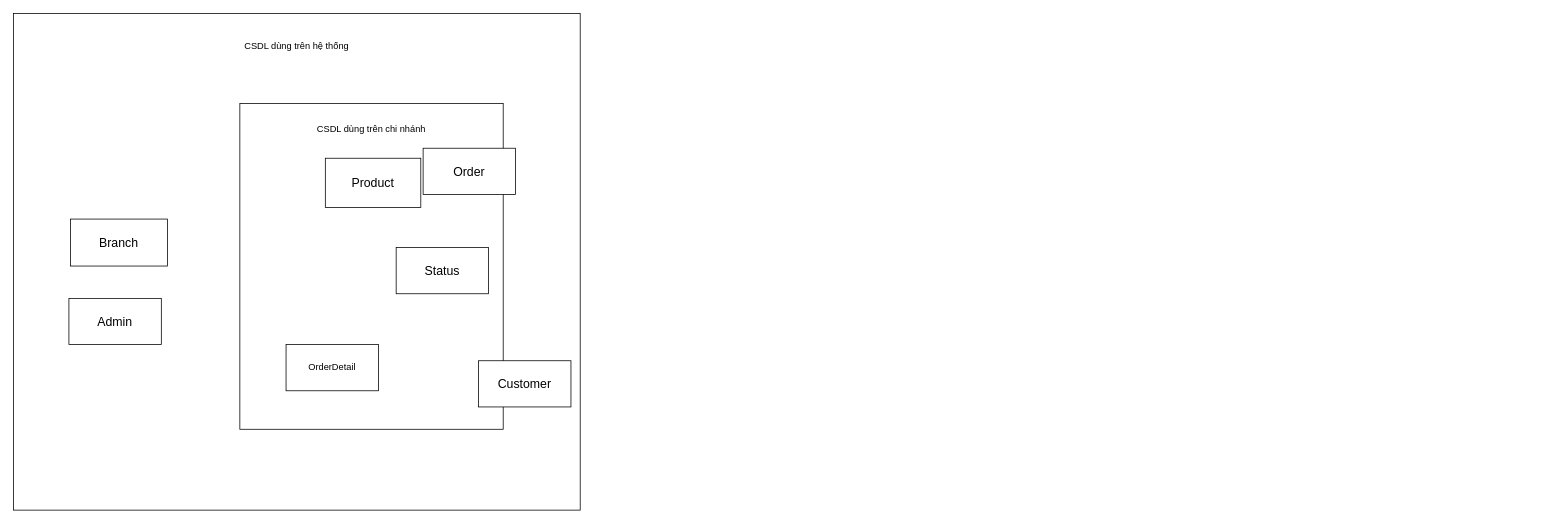
The draw.io diagram BTL Phát triển ứng dụng phân tán.drawio in huybach2509/test2, before the edit. Source tidied: cells renumbered, new cells numbered last; positions are measured from the earlier drawing's top-left corner, leaving out a move shared by most shapes. Both pictures are drawn from the tidied source at 77%, with x=0, y=0 at pixel (13, 13).
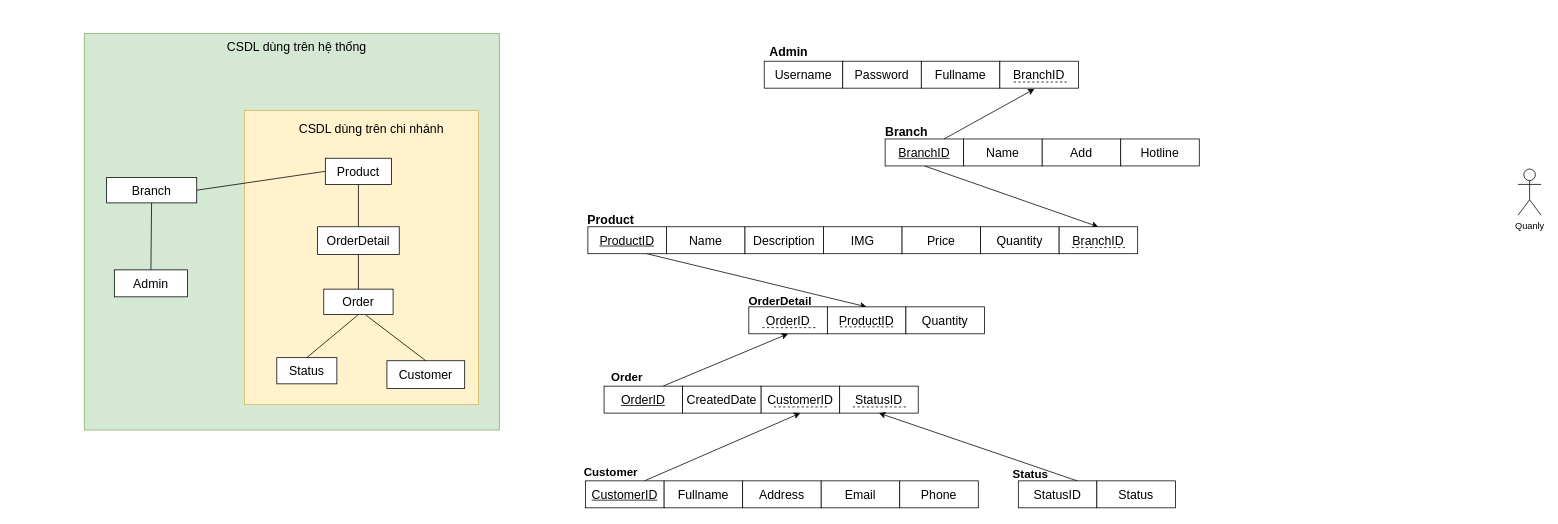
The same diagram, later.

Change to the diagram source:
```diff
@@
-    <mxCell id="2" style="rounded=0;whiteSpace=wrap;html=1;" parent="1" vertex="1">
-      <mxGeometry width="736" height="645" as="geometry" />
+    <mxCell id="2" style="rounded=0;whiteSpace=wrap;html=1;fillColor=#d5e8d4;strokeColor=#82b366;" parent="1" vertex="1">
+      <mxGeometry x="92" y="26" width="539" height="515" as="geometry" />
     </mxCell>
-    <mxCell id="3" value="CSDL dùng trên hệ thống" style="text;html=1;strokeColor=none;fillColor=none;align=center;verticalAlign=middle;whiteSpace=wrap;rounded=0;" parent="1" vertex="1">
+    <mxCell id="3" value="&lt;font style=&quot;font-size: 16px;&quot;&gt;CSDL dùng trên hệ thống&lt;/font&gt;" style="text;html=1;strokeColor=none;fillColor=none;align=center;verticalAlign=middle;whiteSpace=wrap;rounded=0;" parent="1" vertex="1">
       <mxGeometry x="229" y="28" width="278" height="30" as="geometry" />
     </mxCell>
-    <mxCell id="4" style="rounded=0;whiteSpace=wrap;html=1;" parent="1" vertex="1">
-      <mxGeometry x="294" y="117" width="342" height="423" as="geometry" />
+    <mxCell id="4" style="rounded=0;whiteSpace=wrap;html=1;fillColor=#fff2cc;strokeColor=#d6b656;" parent="1" vertex="1">
+      <mxGeometry x="300" y="126" width="304" height="382" as="geometry" />
     </mxCell>
-    <mxCell id="5" value="CSDL dùng trên chi nhánh" style="text;html=1;strokeColor=none;fillColor=none;align=center;verticalAlign=middle;whiteSpace=wrap;rounded=0;" parent="1" vertex="1">
+    <mxCell id="5" value="&lt;font style=&quot;font-size: 16px;&quot;&gt;CSDL dùng trên chi nhánh&lt;/font&gt;" style="text;html=1;strokeColor=none;fillColor=none;align=center;verticalAlign=middle;whiteSpace=wrap;rounded=0;" parent="1" vertex="1">
       <mxGeometry x="340" y="135" width="250" height="30" as="geometry" />
     </mxCell>
+    <mxCell id="13" style="rounded=0;jettySize=auto;html=1;exitX=0.5;exitY=0;exitDx=0;exitDy=0;endArrow=none;endFill=0;" parent="1" edge="1" source="6" target="7">
+      <mxGeometry relative="1" as="geometry" />
+    </mxCell>
     <mxCell id="6" value="&lt;font style=&quot;font-size: 16px;&quot;&gt;Admin&lt;/font&gt;" style="rounded=0;whiteSpace=wrap;html=1;" parent="1" vertex="1">
-      <mxGeometry x="72" y="370" width="120" height="60" as="geometry" />
+      <mxGeometry x="131" y="333" width="95" height="35" as="geometry" />
     </mxCell>
+    <mxCell id="14" style="rounded=0;jettySize=auto;html=1;exitX=1;exitY=0.5;exitDx=0;exitDy=0;entryX=0;entryY=0.5;entryDx=0;entryDy=0;endArrow=none;endFill=0;" parent="1" edge="1" source="7" target="9">
+      <mxGeometry relative="1" as="geometry" />
+    </mxCell>
     <mxCell id="7" value="&lt;font style=&quot;font-size: 16px;&quot;&gt;Branch&lt;/font&gt;" style="rounded=0;whiteSpace=wrap;html=1;" parent="1" vertex="1">
-      <mxGeometry x="74" y="267" width="126" height="61" as="geometry" />
+      <mxGeometry x="121" y="213" width="117" height="33" as="geometry" />
     </mxCell>
     <mxCell id="8" value="&lt;font style=&quot;font-size: 16px;&quot;&gt;Customer&lt;/font&gt;" style="rounded=0;whiteSpace=wrap;html=1;" parent="1" vertex="1">
-      <mxGeometry x="604" y="451" width="120" height="60" as="geometry" />
+      <mxGeometry x="485" y="451" width="101" height="36" as="geometry" />
     </mxCell>
+    <mxCell id="15" style="rounded=0;jettySize=auto;html=1;exitX=0.5;exitY=1;exitDx=0;exitDy=0;endArrow=none;endFill=0;" parent="1" edge="1" source="9" target="12">
+      <mxGeometry relative="1" as="geometry" />
+    </mxCell>
     <mxCell id="9" value="&lt;font style=&quot;font-size: 16px;&quot;&gt;Product&lt;/font&gt;" style="rounded=0;whiteSpace=wrap;html=1;" parent="1" vertex="1">
-      <mxGeometry x="405" y="188" width="124" height="64" as="geometry" />
+      <mxGeometry x="405" y="188" width="86" height="34" as="geometry" />
     </mxCell>
+    <mxCell id="16" style="rounded=0;jettySize=auto;html=1;exitX=0.5;exitY=0;exitDx=0;exitDy=0;entryX=0.5;entryY=1;entryDx=0;entryDy=0;endArrow=none;endFill=0;" parent="1" edge="1" source="10" target="11">
+      <mxGeometry relative="1" as="geometry" />
+    </mxCell>
     <mxCell id="10" value="&lt;font style=&quot;font-size: 16px;&quot;&gt;Status&lt;/font&gt;" style="rounded=0;whiteSpace=wrap;html=1;" parent="1" vertex="1">
-      <mxGeometry x="497" y="304" width="120" height="60" as="geometry" />
+      <mxGeometry x="342" y="447" width="78" height="34" as="geometry" />
     </mxCell>
     <mxCell id="11" value="&lt;font style=&quot;font-size: 16px;&quot;&gt;Order&lt;/font&gt;" style="rounded=0;whiteSpace=wrap;html=1;" parent="1" vertex="1">
-      <mxGeometry x="532" y="175" width="120" height="60" as="geometry" />
+      <mxGeometry x="403" y="358" width="90" height="33" as="geometry" />
     </mxCell>
+    <mxCell id="17" style="edgeStyle=orthogonalEdgeStyle;rounded=0;jettySize=auto;html=1;exitX=0.5;exitY=1;exitDx=0;exitDy=0;entryX=0.5;entryY=0;entryDx=0;entryDy=0;endArrow=none;endFill=0;" parent="1" edge="1" source="12" target="11">
+      <mxGeometry relative="1" as="geometry" />
+    </mxCell>
-    <mxCell id="12" value="OrderDetail" style="rounded=0;whiteSpace=wrap;html=1;" parent="1" vertex="1">
-      <mxGeometry x="354" y="430" width="120" height="60" as="geometry" />
+    <mxCell id="12" value="&lt;font style=&quot;font-size: 16px;&quot;&gt;OrderDetail&lt;/font&gt;" style="rounded=0;whiteSpace=wrap;html=1;" parent="1" vertex="1">
+      <mxGeometry x="395" y="277" width="106" height="36" as="geometry" />
     </mxCell>
+    <mxCell id="18" style="rounded=0;jettySize=auto;html=1;exitX=0.5;exitY=0;exitDx=0;exitDy=0;entryX=0.611;entryY=1.03;entryDx=0;entryDy=0;entryPerimeter=0;endArrow=none;endFill=0;" parent="1" edge="1" source="8" target="11">
+      <mxGeometry relative="1" as="geometry" />
+    </mxCell>
+    <mxCell id="19" style="rounded=0;jettySize=auto;html=1;exitX=0.5;exitY=1;exitDx=0;exitDy=0;entryX=0.5;entryY=0;entryDx=0;entryDy=0;" parent="1" edge="1" source="20" target="35">
+      <mxGeometry relative="1" as="geometry" />
+    </mxCell>
+    <mxCell id="20" value="&lt;font style=&quot;font-size: 16px;&quot;&gt;&lt;u&gt;BranchID&lt;/u&gt;&lt;/font&gt;" style="rounded=0;whiteSpace=wrap;html=1;gradientColor=none;glass=0;" parent="1" vertex="1">
+      <mxGeometry x="1132" y="163" width="102" height="35" as="geometry" />
+    </mxCell>
+    <mxCell id="21" value="&lt;font style=&quot;font-size: 16px;&quot;&gt;Name&lt;/font&gt;" style="rounded=0;whiteSpace=wrap;html=1;gradientColor=none;glass=0;" parent="1" vertex="1">
+      <mxGeometry x="1234" y="163" width="102" height="35" as="geometry" />
+    </mxCell>
+    <mxCell id="22" value="&lt;font style=&quot;font-size: 16px;&quot;&gt;Add&lt;/font&gt;" style="rounded=0;whiteSpace=wrap;html=1;gradientColor=none;glass=0;" parent="1" vertex="1">
+      <mxGeometry x="1336" y="163" width="102" height="35" as="geometry" />
+    </mxCell>
+    <mxCell id="23" value="&lt;font style=&quot;font-size: 16px;&quot;&gt;Hotline&lt;/font&gt;" style="rounded=0;whiteSpace=wrap;html=1;gradientColor=none;glass=0;" parent="1" vertex="1">
+      <mxGeometry x="1438" y="163" width="102" height="35" as="geometry" />
+    </mxCell>
+    <mxCell id="24" value="&lt;span style=&quot;font-size: 16px;&quot;&gt;Username&lt;/span&gt;" style="rounded=0;whiteSpace=wrap;html=1;gradientColor=none;glass=0;" parent="1" vertex="1">
+      <mxGeometry x="975" y="62" width="102" height="35" as="geometry" />
+    </mxCell>
+    <mxCell id="25" value="&lt;font style=&quot;font-size: 16px;&quot;&gt;Password&lt;/font&gt;" style="rounded=0;whiteSpace=wrap;html=1;gradientColor=none;glass=0;" parent="1" vertex="1">
+      <mxGeometry x="1077" y="62" width="102" height="35" as="geometry" />
+    </mxCell>
+    <mxCell id="26" value="&lt;font style=&quot;font-size: 16px;&quot;&gt;Fullname&lt;/font&gt;" style="rounded=0;whiteSpace=wrap;html=1;gradientColor=none;glass=0;" parent="1" vertex="1">
+      <mxGeometry x="1179" y="62" width="102" height="35" as="geometry" />
+    </mxCell>
+    <mxCell id="27" value="&lt;font style=&quot;font-size: 16px;&quot;&gt;BranchID&lt;/font&gt;" style="rounded=0;whiteSpace=wrap;html=1;gradientColor=none;glass=0;" parent="1" vertex="1">
+      <mxGeometry x="1281" y="62" width="102" height="35" as="geometry" />
+    </mxCell>
+    <mxCell id="28" style="rounded=0;jettySize=auto;html=1;exitX=0.75;exitY=1;exitDx=0;exitDy=0;entryX=0.5;entryY=0;entryDx=0;entryDy=0;" parent="1" edge="1" source="29" target="37">
+      <mxGeometry relative="1" as="geometry" />
+    </mxCell>
+    <mxCell id="29" value="&lt;font style=&quot;font-size: 16px;&quot;&gt;&lt;u&gt;ProductID&lt;/u&gt;&lt;/font&gt;" style="rounded=0;whiteSpace=wrap;html=1;gradientColor=none;glass=0;" parent="1" vertex="1">
+      <mxGeometry x="746" y="277" width="102" height="35" as="geometry" />
+    </mxCell>
+    <mxCell id="30" value="&lt;font style=&quot;font-size: 16px;&quot;&gt;Name&lt;/font&gt;" style="rounded=0;whiteSpace=wrap;html=1;gradientColor=none;glass=0;" parent="1" vertex="1">
+      <mxGeometry x="848" y="277" width="102" height="35" as="geometry" />
+    </mxCell>
+    <mxCell id="31" value="&lt;font style=&quot;font-size: 16px;&quot;&gt;Description&lt;/font&gt;" style="rounded=0;whiteSpace=wrap;html=1;gradientColor=none;glass=0;" parent="1" vertex="1">
+      <mxGeometry x="950" y="277" width="102" height="35" as="geometry" />
+    </mxCell>
+    <mxCell id="32" value="&lt;font style=&quot;font-size: 16px;&quot;&gt;IMG&lt;/font&gt;" style="rounded=0;whiteSpace=wrap;html=1;gradientColor=none;glass=0;" parent="1" vertex="1">
+      <mxGeometry x="1052" y="277" width="102" height="35" as="geometry" />
+    </mxCell>
+    <mxCell id="33" value="&lt;font style=&quot;font-size: 16px;&quot;&gt;Price&lt;/font&gt;" style="rounded=0;whiteSpace=wrap;html=1;gradientColor=none;glass=0;" parent="1" vertex="1">
+      <mxGeometry x="1154" y="277" width="102" height="35" as="geometry" />
+    </mxCell>
+    <mxCell id="34" value="&lt;font style=&quot;font-size: 16px;&quot;&gt;Quantity&lt;/font&gt;" style="rounded=0;whiteSpace=wrap;html=1;gradientColor=none;glass=0;" parent="1" vertex="1">
+      <mxGeometry x="1256" y="277" width="102" height="35" as="geometry" />
+    </mxCell>
+    <mxCell id="35" value="&lt;font style=&quot;font-size: 16px;&quot;&gt;BranchID&lt;/font&gt;" style="rounded=0;whiteSpace=wrap;html=1;gradientColor=none;glass=0;" parent="1" vertex="1">
+      <mxGeometry x="1358" y="277" width="102" height="35" as="geometry" />
+    </mxCell>
+    <mxCell id="36" value="&lt;span style=&quot;font-size: 16px;&quot;&gt;OrderID&lt;/span&gt;" style="rounded=0;whiteSpace=wrap;html=1;gradientColor=none;glass=0;" parent="1" vertex="1">
+      <mxGeometry x="955" y="381" width="102" height="35" as="geometry" />
+    </mxCell>
+    <mxCell id="37" value="&lt;font style=&quot;font-size: 16px;&quot;&gt;ProductID&lt;/font&gt;" style="rounded=0;whiteSpace=wrap;html=1;gradientColor=none;glass=0;" parent="1" vertex="1">
+      <mxGeometry x="1057" y="381" width="102" height="35" as="geometry" />
+    </mxCell>
+    <mxCell id="38" value="&lt;font style=&quot;font-size: 16px;&quot;&gt;Quantity&lt;/font&gt;" style="rounded=0;whiteSpace=wrap;html=1;gradientColor=none;glass=0;" parent="1" vertex="1">
+      <mxGeometry x="1159" y="381" width="102" height="35" as="geometry" />
+    </mxCell>
+    <mxCell id="39" style="rounded=0;jettySize=auto;html=1;exitX=0.75;exitY=0;exitDx=0;exitDy=0;entryX=0.5;entryY=1;entryDx=0;entryDy=0;" parent="1" edge="1" source="40" target="36">
+      <mxGeometry relative="1" as="geometry" />
+    </mxCell>
+    <mxCell id="40" value="&lt;span style=&quot;font-size: 16px;&quot;&gt;&lt;u&gt;OrderID&lt;/u&gt;&lt;/span&gt;" style="rounded=0;whiteSpace=wrap;html=1;gradientColor=none;glass=0;" parent="1" vertex="1">
+      <mxGeometry x="767" y="484" width="102" height="35" as="geometry" />
+    </mxCell>
+    <mxCell id="41" value="&lt;font style=&quot;font-size: 16px;&quot;&gt;CreatedDate&lt;/font&gt;" style="rounded=0;whiteSpace=wrap;html=1;gradientColor=none;glass=0;" parent="1" vertex="1">
+      <mxGeometry x="869" y="484" width="102" height="35" as="geometry" />
+    </mxCell>
+    <mxCell id="42" value="&lt;font style=&quot;font-size: 16px;&quot;&gt;CustomerID&lt;/font&gt;" style="rounded=0;whiteSpace=wrap;html=1;gradientColor=none;glass=0;" parent="1" vertex="1">
+      <mxGeometry x="971" y="484" width="102" height="35" as="geometry" />
+    </mxCell>
+    <mxCell id="43" value="&lt;font style=&quot;font-size: 16px;&quot;&gt;StatusID&lt;/font&gt;" style="rounded=0;whiteSpace=wrap;html=1;gradientColor=none;glass=0;" parent="1" vertex="1">
+      <mxGeometry x="1073" y="484" width="102" height="35" as="geometry" />
+    </mxCell>
+    <mxCell id="44" style="rounded=0;jettySize=auto;html=1;exitX=0.75;exitY=0;exitDx=0;exitDy=0;entryX=0.5;entryY=1;entryDx=0;entryDy=0;" parent="1" edge="1" source="45" target="43">
+      <mxGeometry relative="1" as="geometry" />
+    </mxCell>
+    <mxCell id="45" value="&lt;span style=&quot;font-size: 16px;&quot;&gt;StatusID&lt;/span&gt;" style="rounded=0;whiteSpace=wrap;html=1;gradientColor=none;glass=0;" parent="1" vertex="1">
+      <mxGeometry x="1305" y="607" width="102" height="35" as="geometry" />
+    </mxCell>
+    <mxCell id="46" value="&lt;font style=&quot;font-size: 16px;&quot;&gt;Status&lt;/font&gt;" style="rounded=0;whiteSpace=wrap;html=1;gradientColor=none;glass=0;" parent="1" vertex="1">
+      <mxGeometry x="1407" y="607" width="102" height="35" as="geometry" />
+    </mxCell>
+    <mxCell id="47" style="rounded=0;jettySize=auto;html=1;exitX=0.75;exitY=0;exitDx=0;exitDy=0;entryX=0.5;entryY=1;entryDx=0;entryDy=0;" parent="1" edge="1" source="48" target="42">
+      <mxGeometry relative="1" as="geometry" />
+    </mxCell>
+    <mxCell id="48" value="&lt;span style=&quot;font-size: 16px;&quot;&gt;&lt;u&gt;CustomerID&lt;/u&gt;&lt;/span&gt;" style="rounded=0;whiteSpace=wrap;html=1;gradientColor=none;glass=0;" parent="1" vertex="1">
+      <mxGeometry x="743" y="607" width="102" height="35" as="geometry" />
+    </mxCell>
+    <mxCell id="49" value="&lt;font style=&quot;font-size: 16px;&quot;&gt;Fullname&lt;/font&gt;" style="rounded=0;whiteSpace=wrap;html=1;gradientColor=none;glass=0;" parent="1" vertex="1">
+      <mxGeometry x="845" y="607" width="102" height="35" as="geometry" />
+    </mxCell>
+    <mxCell id="50" value="&lt;span style=&quot;font-size: 16px;&quot;&gt;Address&lt;/span&gt;" style="rounded=0;whiteSpace=wrap;html=1;gradientColor=none;glass=0;" parent="1" vertex="1">
+      <mxGeometry x="947" y="607" width="102" height="35" as="geometry" />
+    </mxCell>
+    <mxCell id="51" value="&lt;font style=&quot;font-size: 16px;&quot;&gt;Email&lt;/font&gt;" style="rounded=0;whiteSpace=wrap;html=1;gradientColor=none;glass=0;" parent="1" vertex="1">
+      <mxGeometry x="1049" y="607" width="102" height="35" as="geometry" />
+    </mxCell>
+    <mxCell id="52" value="&lt;font style=&quot;font-size: 16px;&quot;&gt;Phone&lt;/font&gt;" style="rounded=0;whiteSpace=wrap;html=1;gradientColor=none;glass=0;" parent="1" vertex="1">
+      <mxGeometry x="1151" y="607" width="102" height="35" as="geometry" />
+    </mxCell>
+    <mxCell id="53" value="&lt;font style=&quot;font-size: 16px;&quot;&gt;&lt;b&gt;Admin&lt;/b&gt;&lt;/font&gt;" style="text;html=1;strokeColor=none;fillColor=none;align=center;verticalAlign=middle;whiteSpace=wrap;rounded=0;" parent="1" vertex="1">
+      <mxGeometry x="977" y="35" width="60" height="30" as="geometry" />
+    </mxCell>
+    <mxCell id="54" value="&lt;b&gt;&lt;font style=&quot;font-size: 16px;&quot;&gt;Branch&lt;/font&gt;&lt;/b&gt;" style="text;html=1;strokeColor=none;fillColor=none;align=center;verticalAlign=middle;whiteSpace=wrap;rounded=0;" parent="1" vertex="1">
+      <mxGeometry x="1130" y="139" width="60" height="30" as="geometry" />
+    </mxCell>
+    <mxCell id="55" style="rounded=0;jettySize=auto;html=1;exitX=0.75;exitY=0;exitDx=0;exitDy=0;entryX=0.441;entryY=1.029;entryDx=0;entryDy=0;entryPerimeter=0;" parent="1" edge="1" source="20" target="27">
+      <mxGeometry relative="1" as="geometry" />
+    </mxCell>
+    <mxCell id="56" value="&lt;b&gt;&lt;font style=&quot;font-size: 16px;&quot;&gt;Product&lt;/font&gt;&lt;/b&gt;" style="text;html=1;strokeColor=none;fillColor=none;align=center;verticalAlign=middle;whiteSpace=wrap;rounded=0;" parent="1" vertex="1">
+      <mxGeometry x="746" y="253" width="60" height="30" as="geometry" />
+    </mxCell>
+    <mxCell id="57" value="&lt;b&gt;&lt;font style=&quot;font-size: 15px;&quot;&gt;OrderDetail&lt;/font&gt;&lt;/b&gt;" style="text;html=1;strokeColor=none;fillColor=none;align=center;verticalAlign=middle;whiteSpace=wrap;rounded=0;" parent="1" vertex="1">
+      <mxGeometry x="966" y="358" width="60" height="30" as="geometry" />
+    </mxCell>
+    <mxCell id="58" value="&lt;font style=&quot;font-size: 15px;&quot;&gt;&lt;b&gt;Order&lt;/b&gt;&lt;/font&gt;" style="text;html=1;strokeColor=none;fillColor=none;align=center;verticalAlign=middle;whiteSpace=wrap;rounded=0;" parent="1" vertex="1">
+      <mxGeometry x="767" y="457" width="60" height="30" as="geometry" />
+    </mxCell>
+    <mxCell id="59" value="&lt;b&gt;&lt;font style=&quot;font-size: 15px;&quot;&gt;Status&lt;/font&gt;&lt;/b&gt;" style="text;html=1;strokeColor=none;fillColor=none;align=center;verticalAlign=middle;whiteSpace=wrap;rounded=0;" parent="1" vertex="1">
+      <mxGeometry x="1291" y="583" width="60" height="30" as="geometry" />
+    </mxCell>
+    <mxCell id="60" value="&lt;b&gt;&lt;font style=&quot;font-size: 15px;&quot;&gt;Customer&lt;/font&gt;&lt;/b&gt;" style="text;html=1;strokeColor=none;fillColor=none;align=center;verticalAlign=middle;whiteSpace=wrap;rounded=0;" parent="1" vertex="1">
+      <mxGeometry x="746" y="580" width="60" height="30" as="geometry" />
+    </mxCell>
+    <mxCell id="61" style="endArrow=none;dashed=1;html=1;rounded=0;" parent="1" edge="1">
+      <mxGeometry relative="1" as="geometry">
+        <mxPoint x="1299" y="89" as="sourcePoint" />
+        <mxPoint x="1368" y="89" as="targetPoint" />
+      </mxGeometry>
+    </mxCell>
+    <mxCell id="62" style="endArrow=none;dashed=1;html=1;rounded=0;" parent="1" edge="1">
+      <mxGeometry relative="1" as="geometry">
+        <mxPoint x="1374.5" y="304" as="sourcePoint" />
+        <mxPoint x="1443.5" y="304" as="targetPoint" />
+      </mxGeometry>
+    </mxCell>
+    <mxCell id="63" style="endArrow=none;dashed=1;html=1;rounded=0;" parent="1" edge="1">
+      <mxGeometry relative="1" as="geometry">
+        <mxPoint x="1073.5" y="407" as="sourcePoint" />
+        <mxPoint x="1142.5" y="407" as="targetPoint" />
+      </mxGeometry>
+    </mxCell>
+    <mxCell id="64" style="endArrow=none;dashed=1;html=1;rounded=0;" parent="1" edge="1">
+      <mxGeometry relative="1" as="geometry">
+        <mxPoint x="972.5" y="408" as="sourcePoint" />
+        <mxPoint x="1041.5" y="408" as="targetPoint" />
+      </mxGeometry>
+    </mxCell>
+    <mxCell id="65" style="endArrow=none;dashed=1;html=1;rounded=0;" parent="1" edge="1">
+      <mxGeometry relative="1" as="geometry">
+        <mxPoint x="987.5" y="511" as="sourcePoint" />
+        <mxPoint x="1056.5" y="511" as="targetPoint" />
+      </mxGeometry>
+    </mxCell>
+    <mxCell id="66" style="endArrow=none;dashed=1;html=1;rounded=0;" parent="1" edge="1">
+      <mxGeometry relative="1" as="geometry">
+        <mxPoint x="1090" y="511" as="sourcePoint" />
+        <mxPoint x="1159" y="511" as="targetPoint" />
+      </mxGeometry>
+    </mxCell>
+    <mxCell id="67" value="Quanly" style="shape=umlActor;verticalLabelPosition=bottom;verticalAlign=top;html=1;" parent="1" vertex="1">
+      <mxGeometry x="1954" y="202" width="30" height="60" as="geometry" />
+    </mxCell>
```
